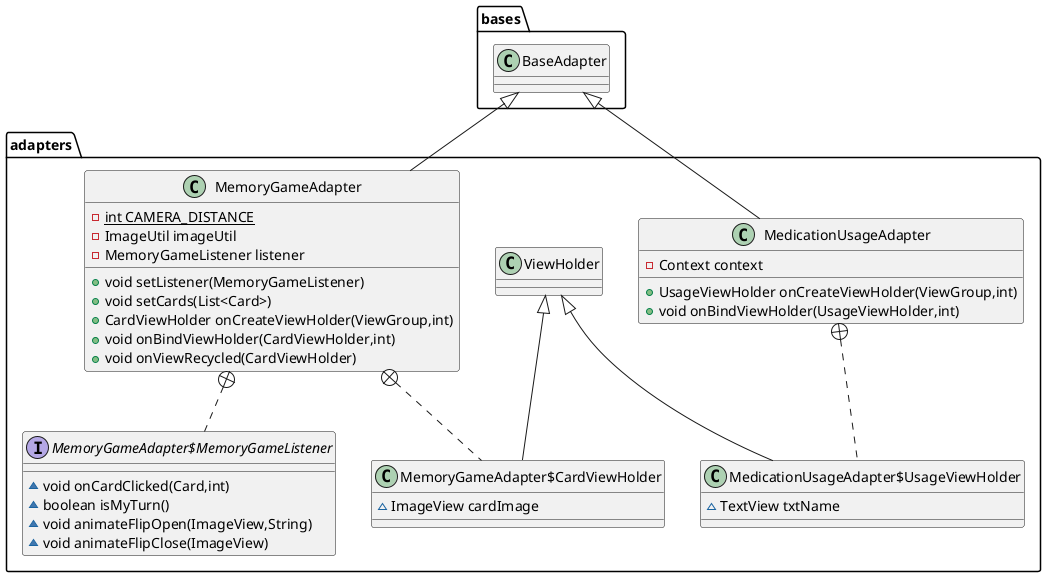
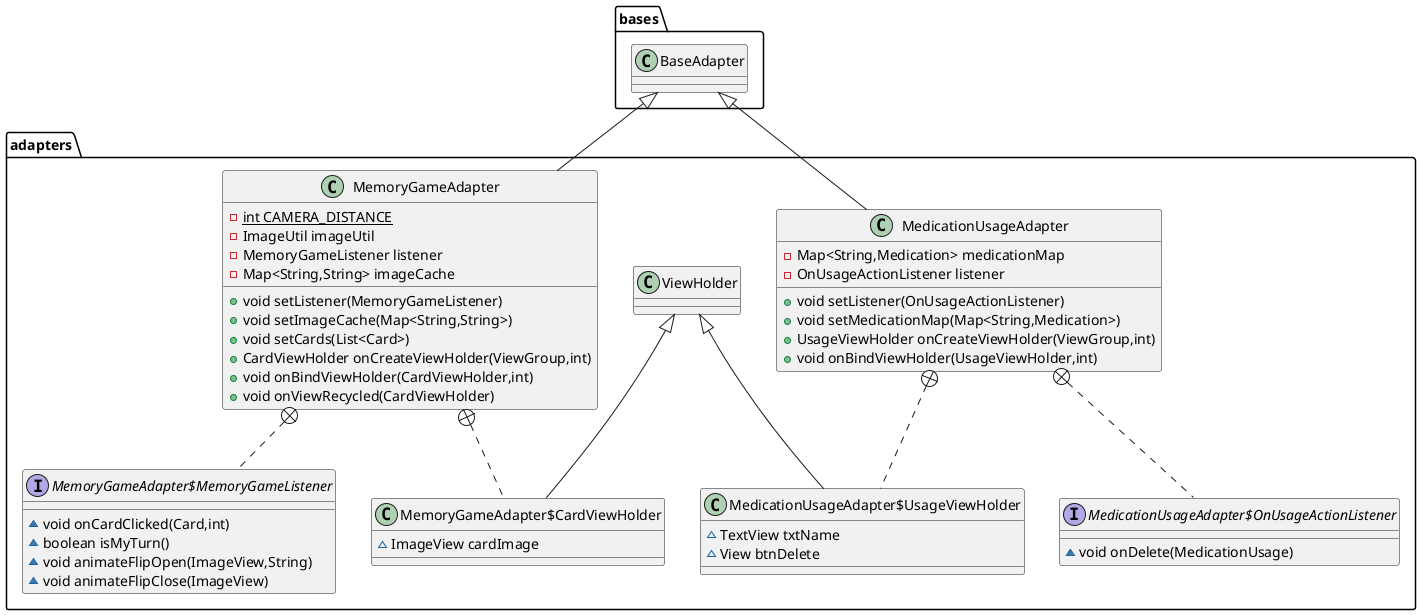
@startuml
class adapters.MemoryGameAdapter {
- {static} int CAMERA_DISTANCE
- ImageUtil imageUtil
- MemoryGameListener listener
+ - Map<String,String> imageCache
+ void setListener(MemoryGameListener)
+ + void setImageCache(Map<String,String>)
+ void setCards(List<Card>)
+ CardViewHolder onCreateViewHolder(ViewGroup,int)
+ void onBindViewHolder(CardViewHolder,int)
+ void onViewRecycled(CardViewHolder)
}


interface adapters.MemoryGameAdapter$MemoryGameListener {
~ void onCardClicked(Card,int)
~ boolean isMyTurn()
~ void animateFlipOpen(ImageView,String)
~ void animateFlipClose(ImageView)
}

class adapters.MemoryGameAdapter$CardViewHolder {
~ ImageView cardImage
}

class adapters.MedicationUsageAdapter {
- - Context context
+ - Map<String,Medication> medicationMap
+ - OnUsageActionListener listener
+ + void setListener(OnUsageActionListener)
+ + void setMedicationMap(Map<String,Medication>)
+ UsageViewHolder onCreateViewHolder(ViewGroup,int)
+ void onBindViewHolder(UsageViewHolder,int)
}


+ interface adapters.MedicationUsageAdapter$OnUsageActionListener {
+ ~ void onDelete(MedicationUsage)
+ }
+ 
class adapters.MedicationUsageAdapter$UsageViewHolder {
~ TextView txtName
+ ~ View btnDelete
}



bases.BaseAdapter <|-- adapters.MemoryGameAdapter
adapters.MemoryGameAdapter +.. adapters.MemoryGameAdapter$MemoryGameListener
adapters.MemoryGameAdapter +.. adapters.MemoryGameAdapter$CardViewHolder
adapters.ViewHolder <|-- adapters.MemoryGameAdapter$CardViewHolder
bases.BaseAdapter <|-- adapters.MedicationUsageAdapter
+ adapters.MedicationUsageAdapter +.. adapters.MedicationUsageAdapter$OnUsageActionListener
adapters.MedicationUsageAdapter +.. adapters.MedicationUsageAdapter$UsageViewHolder
adapters.ViewHolder <|-- adapters.MedicationUsageAdapter$UsageViewHolder
- @enduml
+ @enduml